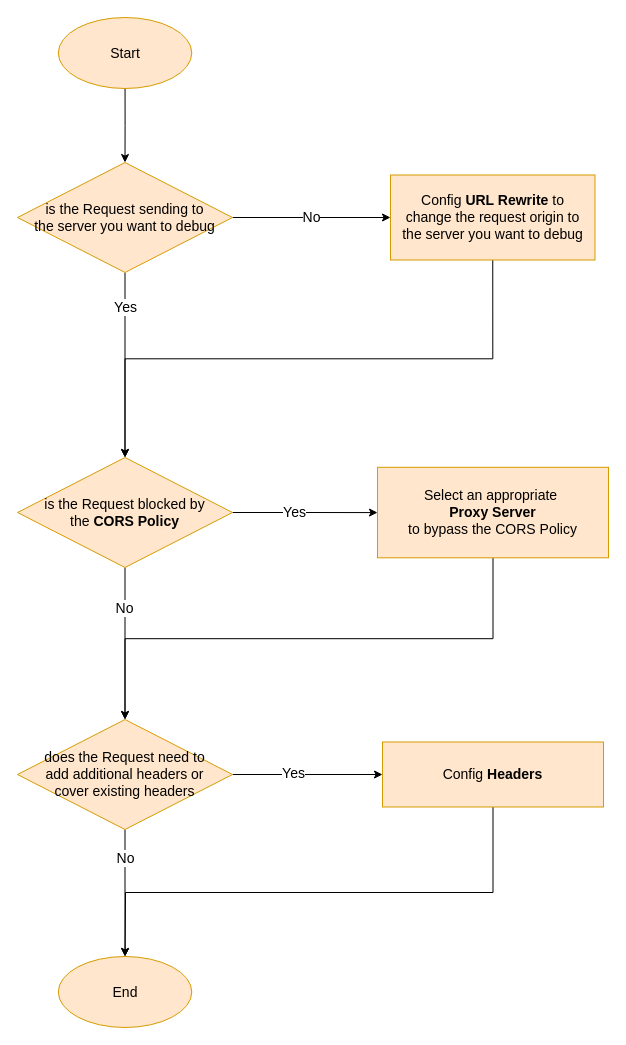
The draw.io diagram API Proxy.drawio in Zsynuting/diagram, before the edit. Source tidied: cells renumbered, new cells numbered last; positions are measured from the earlier drawing's top-left corner, leaving out a move shared by most shapes. Both pictures are drawn from the tidied source at 100%, with x=0, y=0 at pixel (17, 17).
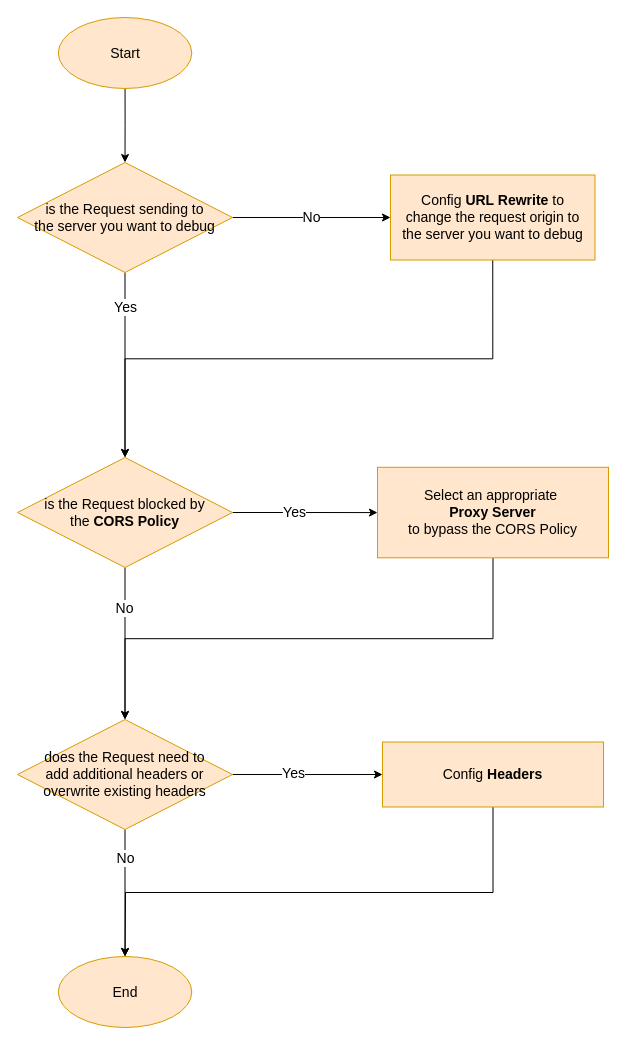
Above is the later version.

What changed in the source:
```diff
@@
-    <mxCell id="19" value="does the Request need to&lt;br style=&quot;border-color: var(--border-color); font-size: 14px;&quot;&gt;add additional headers or&lt;br style=&quot;border-color: var(--border-color); font-size: 14px;&quot;&gt;cover existing headers" style="rhombus;whiteSpace=wrap;html=1;fillColor=#ffe6cc;strokeColor=#d79b00;fontSize=14;" parent="1" vertex="1">
+    <mxCell id="19" value="does the Request need to&lt;br style=&quot;border-color: var(--border-color); font-size: 14px;&quot;&gt;add additional headers or&lt;br style=&quot;border-color: var(--border-color); font-size: 14px;&quot;&gt;overwrite existing headers" style="rhombus;whiteSpace=wrap;html=1;fillColor=#ffe6cc;strokeColor=#d79b00;fontSize=14;" parent="1" vertex="1">
       <mxGeometry y="702" width="215" height="110" as="geometry" />
     </mxCell>
```
